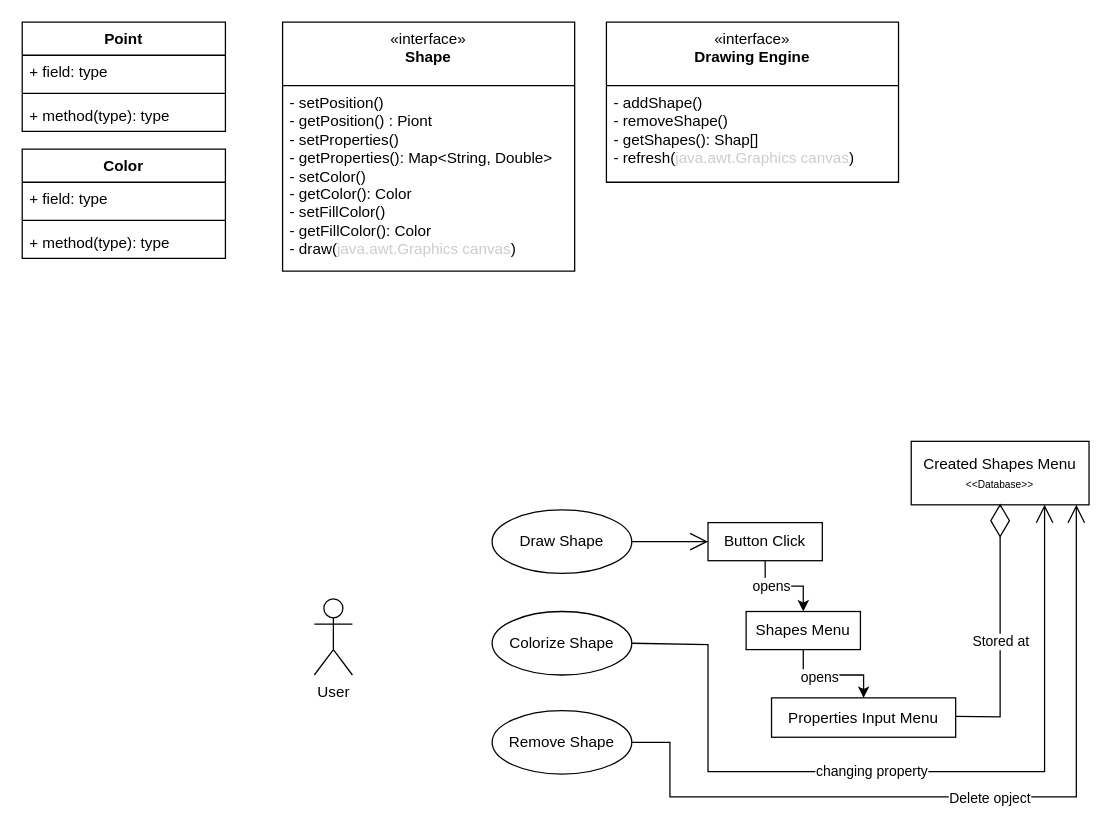
Above: UML and Flow Diagrames/Mini Painter Tool.drawio in 0maroushdy/CCE_T5_Assign_Lab6 (draw.io), before the change. Source tidied: cells renumbered, new cells numbered last; positions are measured from the earlier drawing's top-left corner, leaving out a move shared by most shapes. Both pictures are drawn from the tidied source at 127%, with x=0, y=0 at pixel (22, 22).
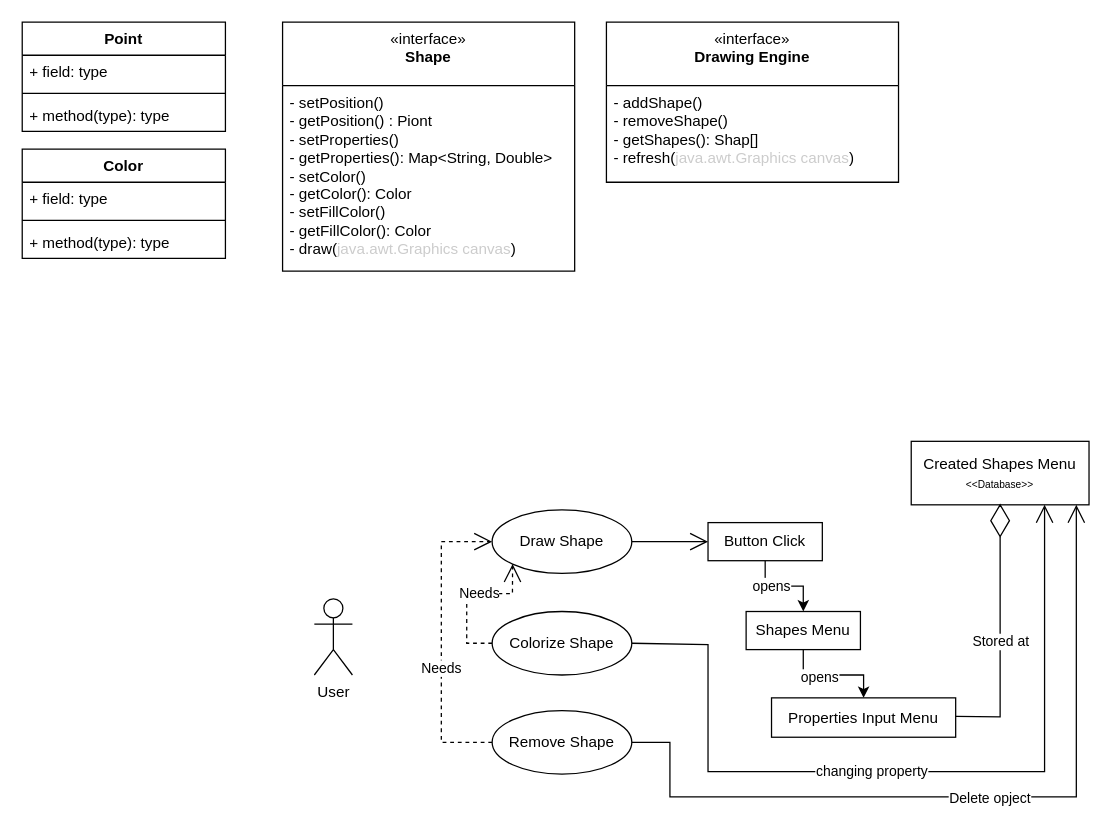
The same diagram, later.

Commit message (it also covers changes not shown here):
UML upgrade

The change refers to these unchanged cells:
```xml
<mxCell id="15" value="Draw Shape" style="ellipse;whiteSpace=wrap;html=1;" parent="1" vertex="1">
  <mxGeometry x="370" y="384" width="110" height="50" as="geometry" />
</mxCell>
<mxCell id="16" value="Colorize Shape" style="ellipse;whiteSpace=wrap;html=1;" parent="1" vertex="1">
  <mxGeometry x="370" y="464" width="110" height="50" as="geometry" />
</mxCell>
<mxCell id="17" value="Remove Shape" style="ellipse;whiteSpace=wrap;html=1;" parent="1" vertex="1">
  <mxGeometry x="370" y="542" width="110" height="50" as="geometry" />
</mxCell>
```

The edit, as a diff of the source:
```diff
@@
+    <mxCell id="33" value="Needs" style="endArrow=open;endSize=12;dashed=1;html=1;rounded=0;exitX=0;exitY=0.5;exitDx=0;exitDy=0;entryX=0;entryY=1;entryDx=0;entryDy=0;" parent="1" edge="1" source="16" target="15">
+      <mxGeometry x="0.17" relative="1" as="geometry">
+        <Array as="points">
+          <mxPoint x="350" y="489" />
+          <mxPoint x="350" y="450" />
+          <mxPoint x="386" y="450" />
+        </Array>
+      </mxGeometry>
+    </mxCell>
+    <mxCell id="34" value="Needs" style="endArrow=open;endSize=12;dashed=1;html=1;rounded=0;exitX=0;exitY=0.5;exitDx=0;exitDy=0;entryX=0;entryY=0.5;entryDx=0;entryDy=0;" parent="1" edge="1" source="17" target="15">
+      <mxGeometry x="-0.18" relative="1" as="geometry">
+        <Array as="points">
+          <mxPoint x="330" y="567" />
+          <mxPoint x="330" y="409" />
+        </Array>
+      </mxGeometry>
+    </mxCell>
```
